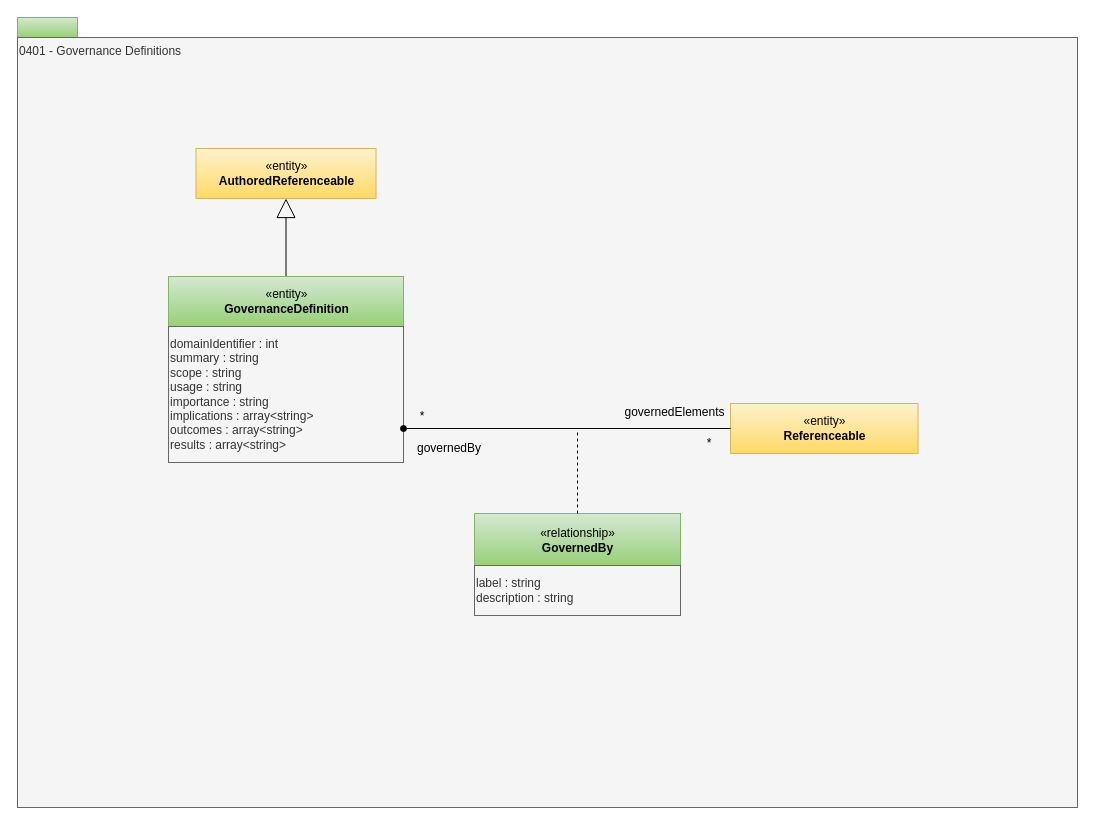
Above: page "0401-Governance-Definitions" (2 of 30) of site/docs/types/4/area-4-governance.drawio in odpi/egeria-docs (draw.io), before the change. Source tidied: cells renumbered, new cells numbered last; positions are measured from the earlier drawing's top-left corner, leaving out a move shared by most shapes. Both pictures are drawn from the tidied source at 100%, with x=0, y=0 at pixel (17, 17).
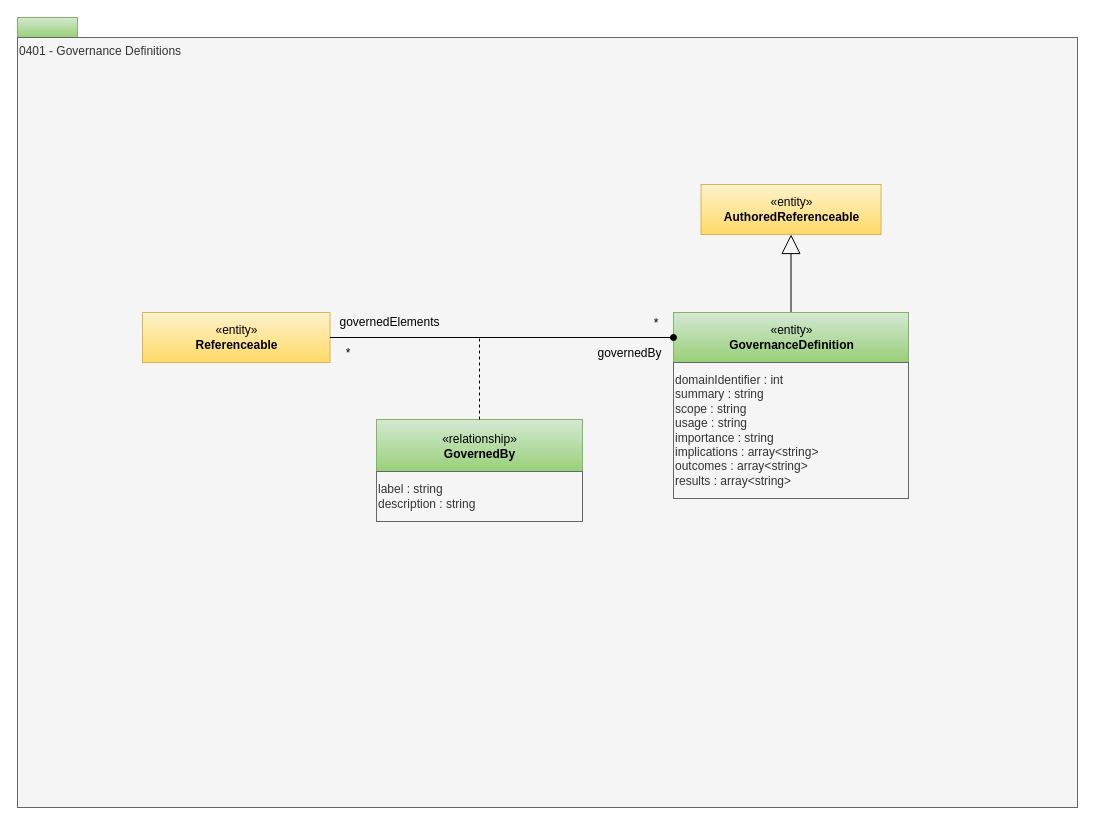
The same diagram, later.

Diff of the diagram source:
```diff
@@
 <mxGraphModel>
   <root>
     <mxCell id="0" />
     <mxCell id="1" parent="0" />
     <mxCell id="2" style="rounded=0;whiteSpace=wrap;html=1;align=left;fillColor=#d5e8d4;strokeColor=#82b366;gradientColor=#97d077;" parent="1" vertex="1">
       <mxGeometry width="60" height="20" as="geometry" />
     </mxCell>
     <mxCell id="3" value="0401 - Governance Definitions" style="rounded=0;whiteSpace=wrap;html=1;align=left;verticalAlign=top;fillColor=#f5f5f5;fontColor=#333333;strokeColor=#666666;" parent="1" vertex="1">
       <mxGeometry y="20" width="1060" height="770" as="geometry" />
     </mxCell>
     <mxCell id="4" style="edgeStyle=orthogonalEdgeStyle;rounded=0;jettySize=auto;html=1;exitX=0.5;exitY=0;exitDx=0;exitDy=0;entryX=0.5;entryY=1;entryDx=0;entryDy=0;endArrow=block;endFill=0;endSize=17;" parent="1" edge="1" source="5" target="6">
       <mxGeometry relative="1" as="geometry" />
     </mxCell>
     <mxCell id="5" value="«entity»&lt;br&gt;&lt;b&gt;GovernanceDefinition&lt;/b&gt;" style="html=1;strokeColor=#82b366;align=center;fillColor=#d5e8d4;gradientColor=#97d077;" parent="1" vertex="1">
-      <mxGeometry x="151" y="259" width="235" height="50" as="geometry" />
+      <mxGeometry x="656" y="295" width="235" height="50" as="geometry" />
     </mxCell>
     <mxCell id="6" value="«entity»&lt;br&gt;&lt;b&gt;AuthoredReferenceable&lt;/b&gt;" style="html=1;strokeColor=#d6b656;align=center;fillColor=#fff2cc;gradientColor=#ffd966;" parent="1" vertex="1">
-      <mxGeometry x="178.5" y="131" width="180" height="50" as="geometry" />
+      <mxGeometry x="683.5" y="167" width="180" height="50" as="geometry" />
     </mxCell>
     <mxCell id="7" value="domainIdentifier : int&lt;br&gt;&lt;div&gt;summary : string&lt;br&gt;scope : string&lt;br&gt;usage : string&lt;br&gt;importance : string&lt;br&gt;implications : array&amp;lt;string&amp;gt;&lt;br&gt;outcomes : array&amp;lt;string&amp;gt;&lt;br&gt;results : array&amp;lt;string&amp;gt;&lt;/div&gt;" style="rounded=0;whiteSpace=wrap;html=1;strokeColor=#666666;align=left;fillColor=#f5f5f5;fontColor=#333333;" parent="1" vertex="1">
-      <mxGeometry x="151" y="309" width="235" height="136" as="geometry" />
+      <mxGeometry x="656" y="345" width="235" height="136" as="geometry" />
     </mxCell>
     <mxCell id="8" value="«entity»&lt;br&gt;&lt;b&gt;Referenceable&lt;/b&gt;" style="html=1;strokeColor=#d6b656;align=center;fillColor=#fff2cc;gradientColor=#ffd966;" parent="1" vertex="1">
-      <mxGeometry x="713" y="386" width="187.5" height="50" as="geometry" />
+      <mxGeometry x="125" y="295" width="187.5" height="50" as="geometry" />
     </mxCell>
-    <mxCell id="9" style="edgeStyle=orthogonalEdgeStyle;rounded=0;html=1;jettySize=auto;endArrow=none;endFill=0;exitX=1;exitY=0.75;exitDx=0;exitDy=0;startArrow=oval;startFill=1;" parent="1" edge="1" source="7" target="8">
+    <mxCell id="9" style="edgeStyle=orthogonalEdgeStyle;rounded=0;html=1;jettySize=auto;endArrow=none;endFill=0;exitX=0;exitY=0.5;exitDx=0;exitDy=0;startArrow=oval;startFill=1;" parent="1" edge="1" source="5" target="8">
       <mxGeometry relative="1" as="geometry" />
     </mxCell>
     <mxCell id="10" value="*" style="text;html=1;strokeColor=none;fillColor=none;align=center;verticalAlign=middle;whiteSpace=wrap;rounded=0;" parent="1" vertex="1">
-      <mxGeometry x="679" y="417" width="26" height="18" as="geometry" />
+      <mxGeometry x="626" y="297" width="26" height="18" as="geometry" />
     </mxCell>
     <mxCell id="11" value="«relationship»&lt;br&gt;&lt;b&gt;GovernedBy&lt;/b&gt;" style="html=1;strokeColor=#82b366;align=center;fillColor=#d5e8d4;gradientColor=#97d077;" parent="1" vertex="1">
-      <mxGeometry x="457" y="496" width="206" height="53" as="geometry" />
+      <mxGeometry x="359" y="402" width="206" height="53" as="geometry" />
     </mxCell>
     <mxCell id="12" style="endArrow=none;dashed=1;html=1;" parent="1" edge="1" target="11">
       <mxGeometry relative="1" as="geometry">
-        <mxPoint x="560" y="415" as="sourcePoint" />
+        <mxPoint x="462" y="321" as="sourcePoint" />
       </mxGeometry>
     </mxCell>
     <mxCell id="13" value="label : string&lt;div&gt;description : string&lt;/div&gt;" style="rounded=0;whiteSpace=wrap;html=1;strokeColor=#666666;align=left;fillColor=#f5f5f5;fontColor=#333333;" parent="1" vertex="1">
-      <mxGeometry x="457" y="548" width="206" height="50" as="geometry" />
+      <mxGeometry x="359" y="454" width="206" height="50" as="geometry" />
     </mxCell>
     <mxCell id="14" value="governedBy" style="text;html=1;strokeColor=none;fillColor=none;align=center;verticalAlign=middle;whiteSpace=wrap;rounded=0;" parent="1" vertex="1">
-      <mxGeometry x="369" y="421" width="126" height="20" as="geometry" />
+      <mxGeometry x="571" y="326" width="83" height="20" as="geometry" />
     </mxCell>
     <mxCell id="15" value="governedElements" style="text;html=1;strokeColor=none;fillColor=none;align=center;verticalAlign=middle;whiteSpace=wrap;rounded=0;" parent="1" vertex="1">
-      <mxGeometry x="590" y="385" width="135" height="20" as="geometry" />
+      <mxGeometry x="305" y="295" width="135" height="20" as="geometry" />
     </mxCell>
     <mxCell id="16" value="*" style="text;html=1;strokeColor=none;fillColor=none;align=center;verticalAlign=middle;whiteSpace=wrap;rounded=0;" parent="1" vertex="1">
-      <mxGeometry x="392" y="390" width="26" height="18" as="geometry" />
+      <mxGeometry x="318" y="327" width="26" height="18" as="geometry" />
     </mxCell>
   </root>
 </mxGraphModel>
```
